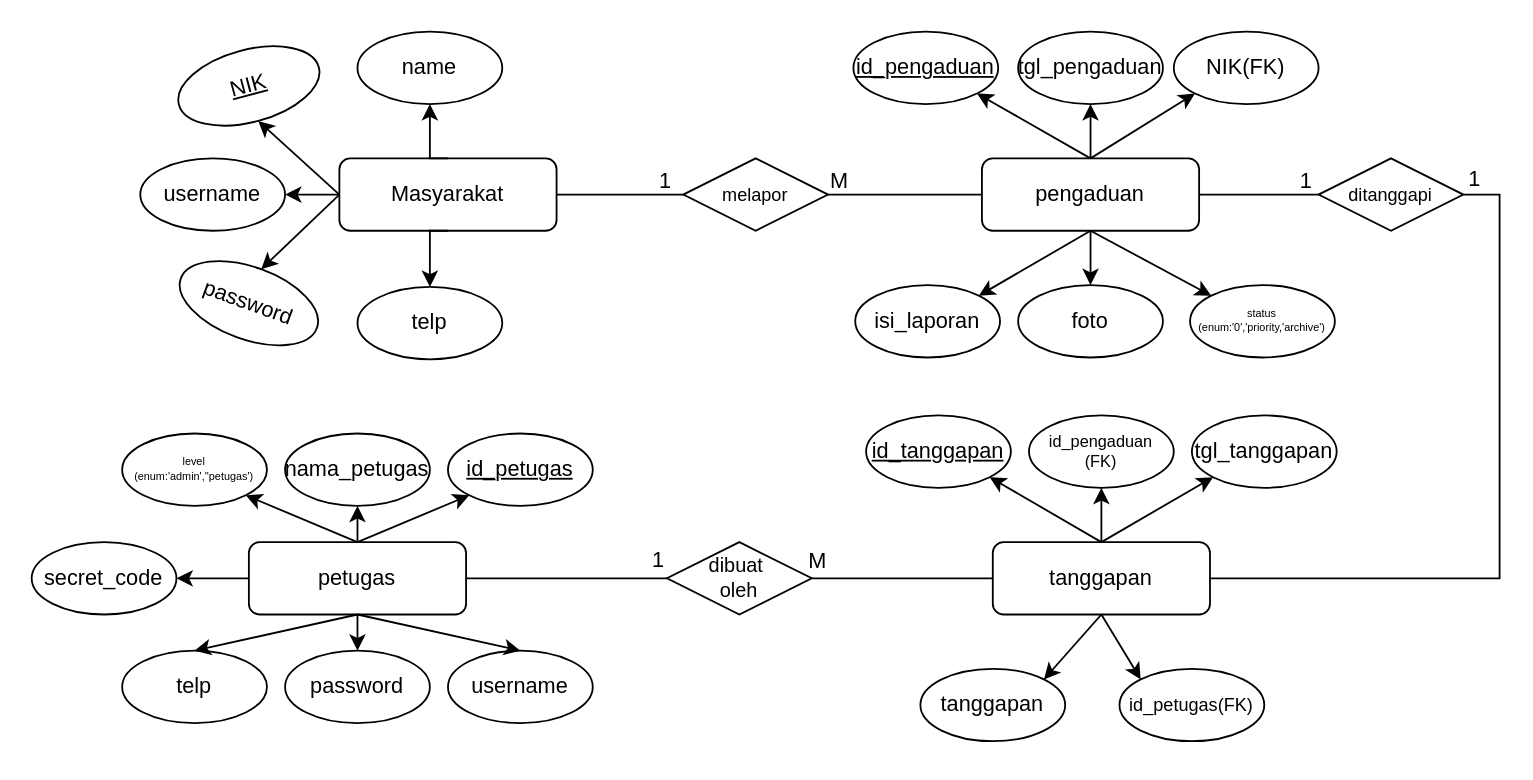
This is ERDs.drawio from Mahklvk/laporanMasyarakatPreparation, a draw.io file, before an edit. Source tidied: cells renumbered, new cells numbered last; positions are measured from the earlier drawing's top-left corner, leaving out a move shared by most shapes. Both pictures are drawn from the tidied source at 181%, with x=0, y=0 at pixel (31, 31).
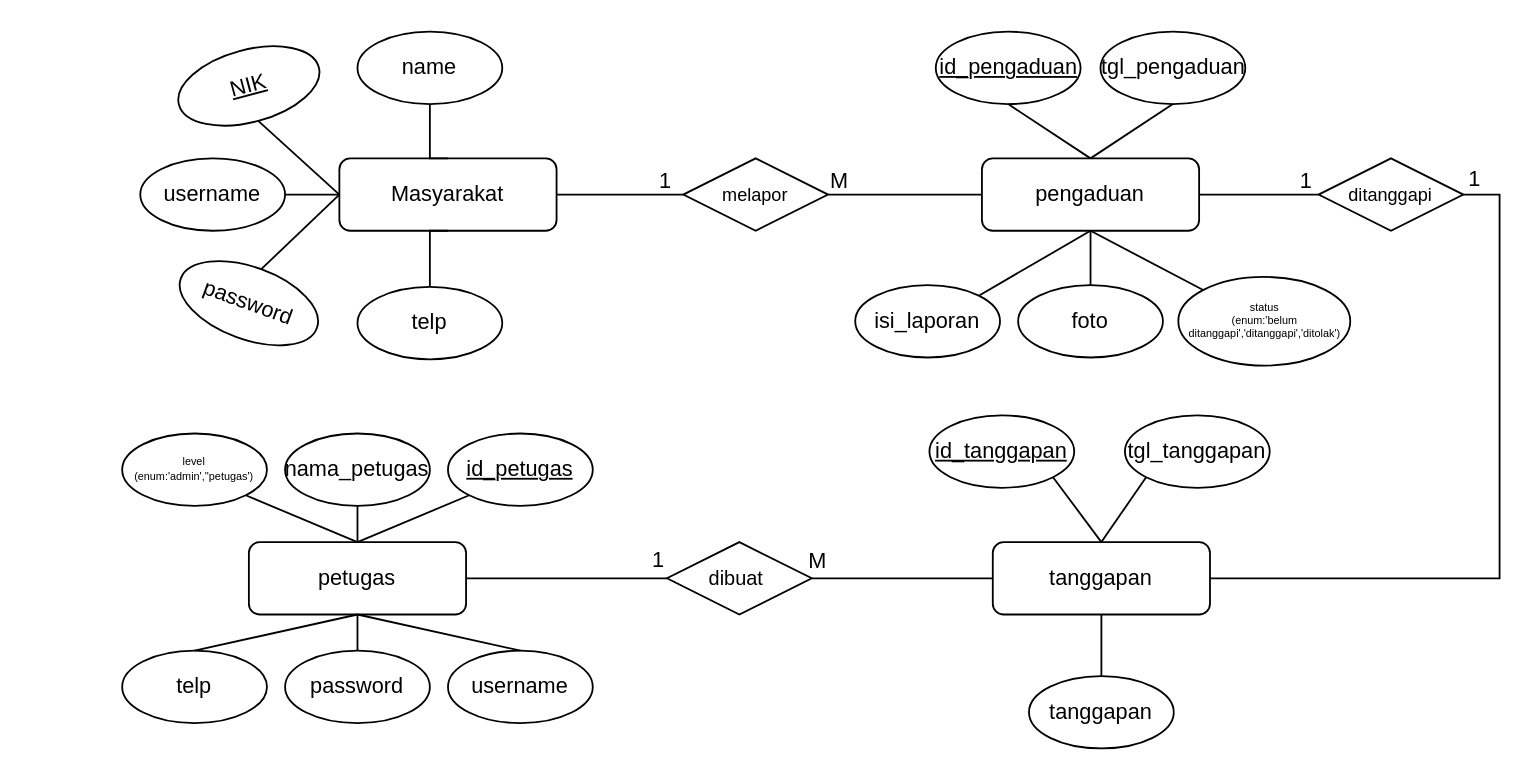
The same diagram, later.

Unchanged cells that the change refers to:
```xml
<mxCell id="8" value="Masyarakat" style="rounded=1;whiteSpace=wrap;html=1;fillColor=none;" parent="1" vertex="1">
  <mxGeometry x="170" y="70" width="120" height="40" as="geometry" />
</mxCell>
<mxCell id="9" value="NIK" style="ellipse;whiteSpace=wrap;html=1;fillColor=none;rotation=-15;fontStyle=4;" parent="1" vertex="1">
  <mxGeometry x="80" y="10" width="80" height="40" as="geometry" />
</mxCell>
<mxCell id="10" value="name" style="ellipse;whiteSpace=wrap;html=1;fillColor=none;rotation=0;" parent="1" vertex="1">
  <mxGeometry x="180" width="80" height="40" as="geometry" />
</mxCell>
<mxCell id="11" value="username" style="ellipse;whiteSpace=wrap;html=1;fillColor=none;rotation=0;" parent="1" vertex="1">
  <mxGeometry x="60" y="70" width="80" height="40" as="geometry" />
</mxCell>
<mxCell id="12" value="password" style="ellipse;whiteSpace=wrap;html=1;fillColor=none;rotation=20;" parent="1" vertex="1">
  <mxGeometry x="80" y="130" width="80" height="40" as="geometry" />
</mxCell>
<mxCell id="13" value="telp" style="ellipse;whiteSpace=wrap;html=1;fillColor=none;rotation=0;" parent="1" vertex="1">
  <mxGeometry x="180" y="141" width="80" height="40" as="geometry" />
</mxCell>
<mxCell id="22" value="petugas" style="rounded=1;whiteSpace=wrap;html=1;fillColor=none;" parent="1" vertex="1">
  <mxGeometry x="120" y="282" width="120" height="40" as="geometry" />
</mxCell>
<mxCell id="23" value="nama_petugas" style="ellipse;whiteSpace=wrap;html=1;fillColor=none;rotation=0;" parent="1" vertex="1">
  <mxGeometry x="140" y="222" width="80" height="40" as="geometry" />
</mxCell>
<mxCell id="24" value="id_petugas" style="ellipse;whiteSpace=wrap;html=1;fillColor=none;rotation=0;fontStyle=4;" parent="1" vertex="1">
  <mxGeometry x="230" y="222" width="80" height="40" as="geometry" />
</mxCell>
<mxCell id="26" value="username" style="ellipse;whiteSpace=wrap;html=1;fillColor=none;rotation=0;" parent="1" vertex="1">
  <mxGeometry x="230" y="342" width="80" height="40" as="geometry" />
</mxCell>
<mxCell id="27" value="password" style="ellipse;whiteSpace=wrap;html=1;fillColor=none;rotation=0;" parent="1" vertex="1">
  <mxGeometry x="140" y="342" width="80" height="40" as="geometry" />
</mxCell>
<mxCell id="28" value="telp" style="ellipse;whiteSpace=wrap;html=1;fillColor=none;rotation=0;" parent="1" vertex="1">
  <mxGeometry x="50" y="342" width="80" height="40" as="geometry" />
</mxCell>
<mxCell id="29" value="level&lt;div&gt;(enum:'admin',''petugas')&lt;/div&gt;" style="ellipse;whiteSpace=wrap;html=1;fillColor=none;rotation=0;fontSize=6;" parent="1" vertex="1">
  <mxGeometry x="50" y="222" width="80" height="40" as="geometry" />
</mxCell>
<mxCell id="38" value="pengaduan" style="rounded=1;whiteSpace=wrap;html=1;fillColor=none;" parent="1" vertex="1">
  <mxGeometry x="525" y="70" width="120" height="40" as="geometry" />
</mxCell>
<mxCell id="43" value="foto" style="ellipse;whiteSpace=wrap;html=1;fillColor=none;rotation=0;" parent="1" vertex="1">
  <mxGeometry x="545" y="140" width="80" height="40" as="geometry" />
</mxCell>
<mxCell id="44" value="isi_laporan" style="ellipse;whiteSpace=wrap;html=1;fillColor=none;rotation=0;" parent="1" vertex="1">
  <mxGeometry x="455" y="140" width="80" height="40" as="geometry" />
</mxCell>
<mxCell id="50" value="tanggapan" style="rounded=1;whiteSpace=wrap;html=1;fillColor=none;" parent="1" vertex="1">
  <mxGeometry x="531" y="282" width="120" height="40" as="geometry" />
</mxCell>
```

Change to the diagram source:
```diff
@@
-    <mxCell id="2" style="rounded=0;jettySize=auto;html=1;exitX=0;exitY=0.5;exitDx=0;exitDy=0;entryX=0.5;entryY=0;entryDx=0;entryDy=0;" parent="1" edge="1" source="8" target="12">
+    <mxCell id="2" style="rounded=0;jettySize=auto;html=1;exitX=0;exitY=0.5;exitDx=0;exitDy=0;entryX=0.5;entryY=0;entryDx=0;entryDy=0;endArrow=none;startFill=0;" parent="1" edge="1" source="8" target="12">
       <mxGeometry relative="1" as="geometry" />
     </mxCell>
-    <mxCell id="3" style="edgeStyle=orthogonalEdgeStyle;rounded=0;jettySize=auto;html=1;exitX=0.5;exitY=1;exitDx=0;exitDy=0;entryX=0.5;entryY=0;entryDx=0;entryDy=0;" parent="1" edge="1" source="8" target="13">
+    <mxCell id="3" style="edgeStyle=orthogonalEdgeStyle;rounded=0;jettySize=auto;html=1;exitX=0.5;exitY=1;exitDx=0;exitDy=0;entryX=0.5;entryY=0;entryDx=0;entryDy=0;endArrow=none;startFill=0;" parent="1" edge="1" source="8" target="13">
       <mxGeometry relative="1" as="geometry" />
     </mxCell>
-    <mxCell id="4" style="edgeStyle=orthogonalEdgeStyle;rounded=0;jettySize=auto;html=1;exitX=0;exitY=0.5;exitDx=0;exitDy=0;entryX=1;entryY=0.5;entryDx=0;entryDy=0;" parent="1" edge="1" source="8" target="11">
+    <mxCell id="4" style="edgeStyle=orthogonalEdgeStyle;rounded=0;jettySize=auto;html=1;exitX=0;exitY=0.5;exitDx=0;exitDy=0;entryX=1;entryY=0.5;entryDx=0;entryDy=0;endArrow=none;startFill=0;" parent="1" edge="1" source="8" target="11">
       <mxGeometry relative="1" as="geometry" />
     </mxCell>
-    <mxCell id="5" style="rounded=0;jettySize=auto;html=1;exitX=0;exitY=0.5;exitDx=0;exitDy=0;entryX=0.5;entryY=1;entryDx=0;entryDy=0;" parent="1" edge="1" source="8" target="9">
+    <mxCell id="5" style="rounded=0;jettySize=auto;html=1;exitX=0;exitY=0.5;exitDx=0;exitDy=0;entryX=0.5;entryY=1;entryDx=0;entryDy=0;endArrow=none;startFill=0;" parent="1" edge="1" source="8" target="9">
       <mxGeometry relative="1" as="geometry" />
     </mxCell>
-    <mxCell id="6" style="edgeStyle=orthogonalEdgeStyle;rounded=0;jettySize=auto;html=1;exitX=0.5;exitY=0;exitDx=0;exitDy=0;entryX=0.5;entryY=1;entryDx=0;entryDy=0;" parent="1" edge="1" source="8" target="10">
+    <mxCell id="6" style="edgeStyle=orthogonalEdgeStyle;rounded=0;jettySize=auto;html=1;exitX=0.5;exitY=0;exitDx=0;exitDy=0;entryX=0.5;entryY=1;entryDx=0;entryDy=0;endArrow=none;startFill=0;" parent="1" edge="1" source="8" target="10">
       <mxGeometry relative="1" as="geometry" />
     </mxCell>
@@
-    <mxCell id="14" style="rounded=0;jettySize=auto;html=1;exitX=0.5;exitY=0;exitDx=0;exitDy=0;entryX=0.5;entryY=1;entryDx=0;entryDy=0;" parent="1" edge="1" source="22" target="23">
+    <mxCell id="14" style="rounded=0;jettySize=auto;html=1;exitX=0.5;exitY=0;exitDx=0;exitDy=0;entryX=0.5;entryY=1;entryDx=0;entryDy=0;endArrow=none;startFill=0;" parent="1" edge="1" source="22" target="23">
       <mxGeometry relative="1" as="geometry" />
     </mxCell>
-    <mxCell id="15" style="rounded=0;jettySize=auto;html=1;exitX=0.5;exitY=0;exitDx=0;exitDy=0;entryX=0;entryY=1;entryDx=0;entryDy=0;" parent="1" edge="1" source="22" target="24">
+    <mxCell id="15" style="rounded=0;jettySize=auto;html=1;exitX=0.5;exitY=0;exitDx=0;exitDy=0;entryX=0;entryY=1;entryDx=0;entryDy=0;endArrow=none;startFill=0;" parent="1" edge="1" source="22" target="24">
       <mxGeometry relative="1" as="geometry" />
     </mxCell>
-    <mxCell id="16" style="rounded=0;jettySize=auto;html=1;exitX=0.5;exitY=1;exitDx=0;exitDy=0;entryX=0.5;entryY=0;entryDx=0;entryDy=0;" parent="1" edge="1" source="22" target="27">
+    <mxCell id="16" style="rounded=0;jettySize=auto;html=1;exitX=0.5;exitY=1;exitDx=0;exitDy=0;entryX=0.5;entryY=0;entryDx=0;entryDy=0;endArrow=none;startFill=0;" parent="1" edge="1" source="22" target="27">
       <mxGeometry relative="1" as="geometry" />
     </mxCell>
-    <mxCell id="17" style="rounded=0;jettySize=auto;html=1;exitX=0.5;exitY=0;exitDx=0;exitDy=0;entryX=1;entryY=1;entryDx=0;entryDy=0;" parent="1" edge="1" source="22" target="29">
+    <mxCell id="17" style="rounded=0;jettySize=auto;html=1;exitX=0.5;exitY=0;exitDx=0;exitDy=0;entryX=1;entryY=1;entryDx=0;entryDy=0;endArrow=none;startFill=0;" parent="1" edge="1" source="22" target="29">
       <mxGeometry relative="1" as="geometry" />
     </mxCell>
-    <mxCell id="18" style="rounded=0;jettySize=auto;html=1;exitX=0.5;exitY=1;exitDx=0;exitDy=0;entryX=0.5;entryY=0;entryDx=0;entryDy=0;" parent="1" edge="1" source="22" target="26">
+    <mxCell id="18" style="rounded=0;jettySize=auto;html=1;exitX=0.5;exitY=1;exitDx=0;exitDy=0;entryX=0.5;entryY=0;entryDx=0;entryDy=0;endArrow=none;startFill=0;" parent="1" edge="1" source="22" target="26">
       <mxGeometry relative="1" as="geometry" />
     </mxCell>
-    <mxCell id="19" style="rounded=0;jettySize=auto;html=1;exitX=0.5;exitY=1;exitDx=0;exitDy=0;entryX=0.5;entryY=0;entryDx=0;entryDy=0;" parent="1" edge="1" source="22" target="28">
+    <mxCell id="19" style="rounded=0;jettySize=auto;html=1;exitX=0.5;exitY=1;exitDx=0;exitDy=0;entryX=0.5;entryY=0;entryDx=0;entryDy=0;endArrow=none;startFill=0;" parent="1" edge="1" source="22" target="28">
       <mxGeometry relative="1" as="geometry" />
     </mxCell>
-    <mxCell id="20" style="edgeStyle=orthogonalEdgeStyle;rounded=0;jettySize=auto;html=1;exitX=0;exitY=0.5;exitDx=0;exitDy=0;entryX=1;entryY=0.5;entryDx=0;entryDy=0;" parent="1" edge="1" source="22" target="25">
-      <mxGeometry relative="1" as="geometry" />
-    </mxCell>
@@
-    <mxCell id="25" value="secret_code" style="ellipse;whiteSpace=wrap;html=1;fillColor=none;rotation=0;" parent="1" vertex="1">
-      <mxGeometry y="282" width="80" height="40" as="geometry" />
-    </mxCell>
@@
-    <mxCell id="30" style="rounded=0;jettySize=auto;html=1;exitX=0.5;exitY=0;exitDx=0;exitDy=0;entryX=1;entryY=1;entryDx=0;entryDy=0;" parent="1" edge="1" source="38" target="40">
+    <mxCell id="30" style="rounded=0;jettySize=auto;html=1;exitX=0.5;exitY=0;exitDx=0;exitDy=0;entryX=0.5;entryY=1;entryDx=0;entryDy=0;endArrow=none;startFill=0;" parent="1" edge="1" source="38" target="40">
       <mxGeometry relative="1" as="geometry" />
     </mxCell>
-    <mxCell id="31" style="rounded=0;jettySize=auto;html=1;exitX=0.5;exitY=0;exitDx=0;exitDy=0;entryX=0.5;entryY=1;entryDx=0;entryDy=0;" parent="1" edge="1" source="38" target="39">
+    <mxCell id="31" style="rounded=0;jettySize=auto;html=1;exitX=0.5;exitY=0;exitDx=0;exitDy=0;entryX=0.5;entryY=1;entryDx=0;entryDy=0;endArrow=none;startFill=0;" parent="1" edge="1" source="38" target="39">
       <mxGeometry relative="1" as="geometry" />
     </mxCell>
-    <mxCell id="32" style="rounded=0;jettySize=auto;html=1;exitX=0.5;exitY=0;exitDx=0;exitDy=0;entryX=0;entryY=1;entryDx=0;entryDy=0;" parent="1" edge="1" source="38" target="41">
-      <mxGeometry relative="1" as="geometry" />
-    </mxCell>
-    <mxCell id="33" style="edgeStyle=orthogonalEdgeStyle;rounded=0;jettySize=auto;html=1;exitX=0.5;exitY=1;exitDx=0;exitDy=0;entryX=0.5;entryY=0;entryDx=0;entryDy=0;" parent="1" edge="1" source="38" target="43">
+    <mxCell id="33" style="edgeStyle=orthogonalEdgeStyle;rounded=0;jettySize=auto;html=1;exitX=0.5;exitY=1;exitDx=0;exitDy=0;entryX=0.5;entryY=0;entryDx=0;entryDy=0;endArrow=none;startFill=0;" parent="1" edge="1" source="38" target="43">
       <mxGeometry relative="1" as="geometry" />
     </mxCell>
-    <mxCell id="34" style="rounded=0;jettySize=auto;html=1;exitX=0.5;exitY=1;exitDx=0;exitDy=0;entryX=1;entryY=0;entryDx=0;entryDy=0;" parent="1" edge="1" source="38" target="44">
+    <mxCell id="34" style="rounded=0;jettySize=auto;html=1;exitX=0.5;exitY=1;exitDx=0;exitDy=0;entryX=1;entryY=0;entryDx=0;entryDy=0;endArrow=none;startFill=0;" parent="1" edge="1" source="38" target="44">
       <mxGeometry relative="1" as="geometry" />
     </mxCell>
-    <mxCell id="35" style="rounded=0;jettySize=auto;html=1;exitX=0.5;exitY=1;exitDx=0;exitDy=0;entryX=0;entryY=0;entryDx=0;entryDy=0;" parent="1" edge="1" source="38" target="42">
+    <mxCell id="35" style="rounded=0;jettySize=auto;html=1;exitX=0.5;exitY=1;exitDx=0;exitDy=0;entryX=0;entryY=0;entryDx=0;entryDy=0;endArrow=none;startFill=0;" parent="1" edge="1" source="38" target="42">
       <mxGeometry relative="1" as="geometry" />
     </mxCell>
@@
     <mxCell id="39" value="tgl_pengaduan" style="ellipse;whiteSpace=wrap;html=1;fillColor=none;rotation=0;" parent="1" vertex="1">
-      <mxGeometry x="545" width="80" height="40" as="geometry" />
+      <mxGeometry x="590.5" width="80" height="40" as="geometry" />
     </mxCell>
     <mxCell id="40" value="id_pengaduan" style="ellipse;whiteSpace=wrap;html=1;fillColor=none;rotation=0;fontStyle=4;" parent="1" vertex="1">
-      <mxGeometry x="454" width="80" height="40" as="geometry" />
+      <mxGeometry x="499.5" width="80" height="40" as="geometry" />
     </mxCell>
-    <mxCell id="41" value="NIK(FK)" style="ellipse;whiteSpace=wrap;html=1;fillColor=none;rotation=0;fontStyle=0;" parent="1" vertex="1">
-      <mxGeometry x="631" width="80" height="40" as="geometry" />
-    </mxCell>
-    <mxCell id="42" value="status&lt;div&gt;(enum:'0','priority,'archive')&lt;/div&gt;" style="ellipse;whiteSpace=wrap;html=1;fillColor=none;rotation=0;fontSize=6;" parent="1" vertex="1">
-      <mxGeometry x="640" y="140" width="80" height="40" as="geometry" />
+    <mxCell id="42" value="status&lt;div&gt;(enum:'belum ditanggapi','ditanggapi','ditolak')&lt;/div&gt;" style="ellipse;whiteSpace=wrap;html=1;fillColor=none;rotation=0;fontSize=6;" parent="1" vertex="1">
+      <mxGeometry x="633.5" y="135.5" width="95" height="49" as="geometry" />
     </mxCell>
@@
-    <mxCell id="45" style="rounded=0;jettySize=auto;html=1;exitX=0.5;exitY=0;exitDx=0;exitDy=0;entryX=1;entryY=1;entryDx=0;entryDy=0;" parent="1" edge="1" source="50" target="51">
+    <mxCell id="45" style="rounded=0;jettySize=auto;html=1;exitX=0.5;exitY=0;exitDx=0;exitDy=0;entryX=1;entryY=1;entryDx=0;entryDy=0;endArrow=none;startFill=0;" parent="1" edge="1" source="50" target="51">
       <mxGeometry relative="1" as="geometry" />
     </mxCell>
-    <mxCell id="46" style="edgeStyle=orthogonalEdgeStyle;rounded=0;jettySize=auto;html=1;exitX=0.5;exitY=0;exitDx=0;exitDy=0;entryX=0.5;entryY=1;entryDx=0;entryDy=0;" parent="1" edge="1" source="50" target="52">
-      <mxGeometry relative="1" as="geometry" />
-    </mxCell>
-    <mxCell id="47" style="rounded=0;jettySize=auto;html=1;exitX=0.5;exitY=0;exitDx=0;exitDy=0;entryX=0;entryY=1;entryDx=0;entryDy=0;" parent="1" edge="1" source="50" target="53">
+    <mxCell id="47" style="rounded=0;jettySize=auto;html=1;exitX=0.5;exitY=0;exitDx=0;exitDy=0;entryX=0;entryY=1;entryDx=0;entryDy=0;endArrow=none;startFill=0;" parent="1" edge="1" source="50" target="53">
       <mxGeometry relative="1" as="geometry" />
     </mxCell>
-    <mxCell id="48" style="rounded=0;jettySize=auto;html=1;exitX=0.5;exitY=1;exitDx=0;exitDy=0;entryX=1;entryY=0;entryDx=0;entryDy=0;" parent="1" edge="1" source="50" target="54">
+    <mxCell id="48" style="rounded=0;jettySize=auto;html=1;exitX=0.5;exitY=1;exitDx=0;exitDy=0;entryX=0.5;entryY=0;entryDx=0;entryDy=0;endArrow=none;startFill=0;" parent="1" edge="1" source="50" target="54">
       <mxGeometry relative="1" as="geometry" />
     </mxCell>
-    <mxCell id="49" style="rounded=0;jettySize=auto;html=1;exitX=0.5;exitY=1;exitDx=0;exitDy=0;entryX=0;entryY=0;entryDx=0;entryDy=0;" parent="1" edge="1" source="50" target="55">
-      <mxGeometry relative="1" as="geometry" />
-    </mxCell>
@@
     <mxCell id="51" value="id_tanggapan" style="ellipse;whiteSpace=wrap;html=1;fillColor=none;rotation=0;fontStyle=4;" parent="1" vertex="1">
-      <mxGeometry x="461" y="212" width="80" height="40" as="geometry" />
+      <mxGeometry x="496" y="212" width="80" height="40" as="geometry" />
     </mxCell>
-    <mxCell id="52" value="id_pengaduan&lt;div&gt;(FK)&lt;/div&gt;" style="ellipse;whiteSpace=wrap;html=1;fillColor=none;rotation=0;fontStyle=0;fontSize=9;" parent="1" vertex="1">
-      <mxGeometry x="551" y="212" width="80" height="40" as="geometry" />
-    </mxCell>
     <mxCell id="53" value="tgl_tanggapan" style="ellipse;whiteSpace=wrap;html=1;fillColor=none;rotation=0;fontStyle=0;" parent="1" vertex="1">
-      <mxGeometry x="641" y="212" width="80" height="40" as="geometry" />
+      <mxGeometry x="604" y="212" width="80" height="40" as="geometry" />
     </mxCell>
     <mxCell id="54" value="tanggapan" style="ellipse;whiteSpace=wrap;html=1;fillColor=none;rotation=0;fontStyle=0;" parent="1" vertex="1">
-      <mxGeometry x="491" y="352" width="80" height="40" as="geometry" />
+      <mxGeometry x="551" y="356" width="80" height="40" as="geometry" />
     </mxCell>
-    <mxCell id="55" value="id_petugas(FK)" style="ellipse;whiteSpace=wrap;html=1;fillColor=none;rotation=0;fontStyle=0;fontSize=10;" parent="1" vertex="1">
-      <mxGeometry x="601" y="352" width="80" height="40" as="geometry" />
-    </mxCell>
@@
-    <mxCell id="63" value="dibuat&amp;nbsp;&lt;div&gt;oleh&lt;/div&gt;" style="rhombus;whiteSpace=wrap;html=1;fillColor=none;fontSize=11;" parent="1" vertex="1">
+    <mxCell id="63" value="dibuat&amp;nbsp;" style="rhombus;whiteSpace=wrap;html=1;fillColor=none;fontSize=11;" parent="1" vertex="1">
       <mxGeometry x="351" y="282" width="80" height="40" as="geometry" />
     </mxCell>
```
